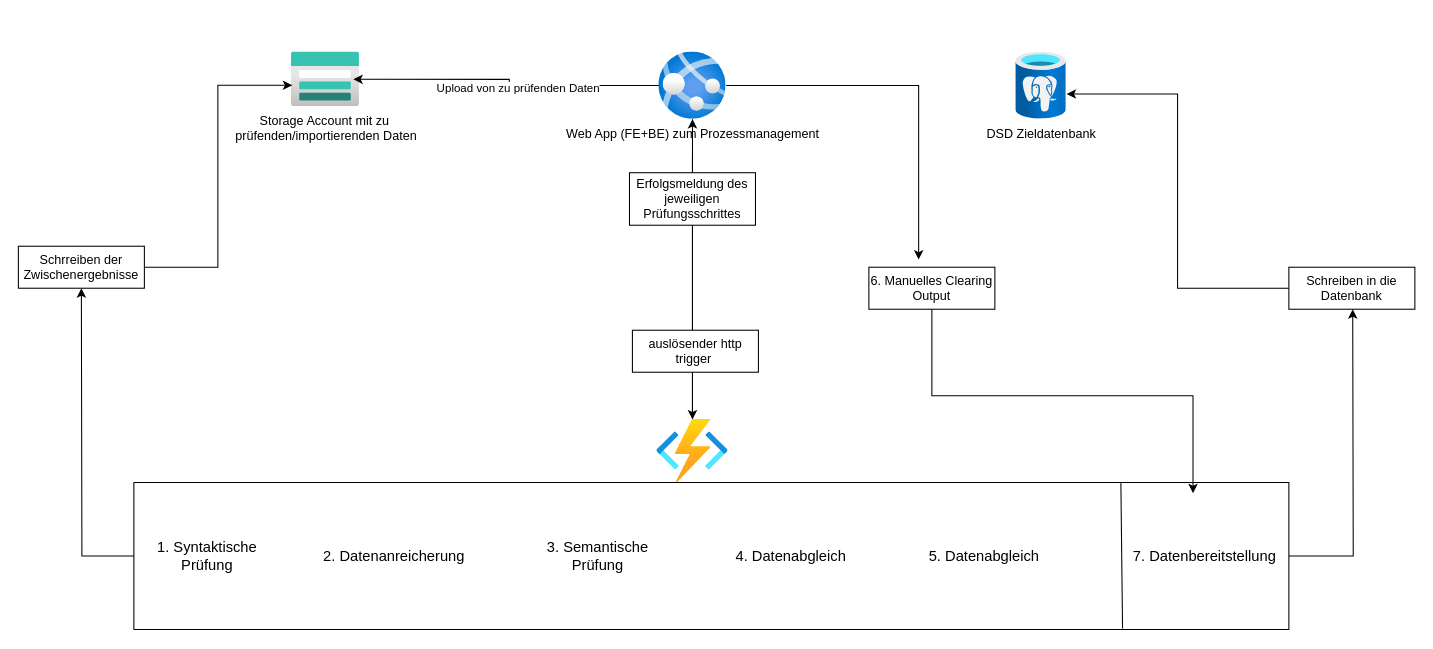
The draw.io diagram Unbenanntes Diagramm.drawio in Coluding/cv1labs, before the edit. Source tidied: cells renumbered, new cells numbered last; positions are measured from the earlier drawing's top-left corner, leaving out a move shared by most shapes. Both pictures are drawn from the tidied source at 105%, with x=0, y=0 at pixel (18, 51).
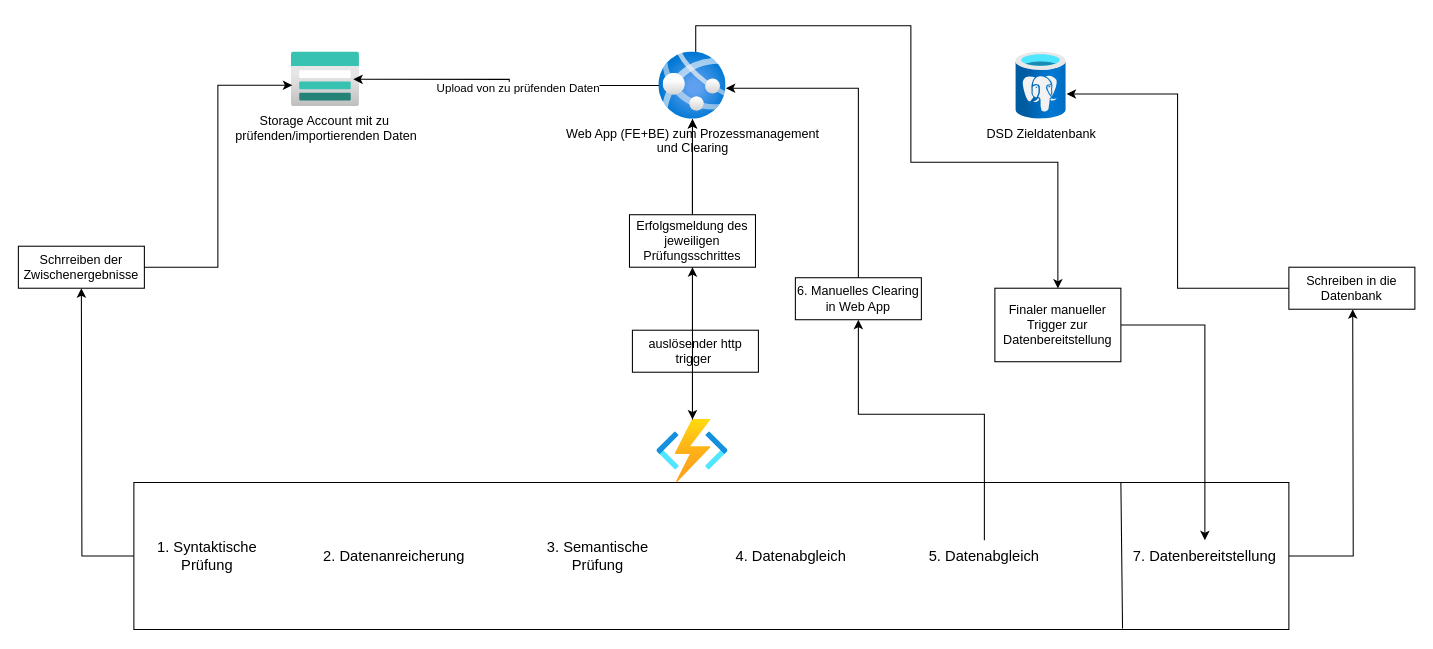
The same page after the edit.

Unchanged cells that the change refers to:
```xml
<mxCell id="10" style="verticalLabelPosition=bottom;verticalAlign=top;html=1;shape=mxgraph.basic.rect;fillColor2=none;strokeWidth=1;size=20;indent=5;" parent="1" vertex="1">
  <mxGeometry x="110" y="410" width="1100" height="140" as="geometry" />
</mxCell>
<mxCell id="14" style="image;html=1;points=[];align=center;fontSize=12;image=img/lib/azure2/compute/Function_Apps.svg;" parent="1" vertex="1">
  <mxGeometry x="608" y="350" width="68" height="60" as="geometry" />
</mxCell>
<mxCell id="19" value="&lt;span style=&quot;font-size: 14px;&quot;&gt;7&lt;/span&gt;&lt;span style=&quot;font-size: 14px; background-color: initial;&quot;&gt;. Datenbereitstellung&lt;/span&gt;" style="text;html=1;align=center;verticalAlign=middle;whiteSpace=wrap;rounded=0;" parent="1" vertex="1">
  <mxGeometry x="1060" y="465" width="140" height="30" as="geometry" />
</mxCell>
<mxCell id="22" value="&lt;span style=&quot;font-size: 14px;&quot;&gt;5. Datenabgleich&lt;/span&gt;" style="text;html=1;align=center;verticalAlign=middle;whiteSpace=wrap;rounded=0;" parent="1" vertex="1">
  <mxGeometry x="850" y="465" width="140" height="30" as="geometry" />
</mxCell>
```

What changed in the source:
```diff
@@
+    <mxCell id="30" style="edgeStyle=orthogonalEdgeStyle;rounded=0;orthogonalLoop=1;jettySize=auto;html=1;entryX=0.5;entryY=0;entryDx=0;entryDy=0;exitX=0.548;exitY=-0.004;exitDx=0;exitDy=0;exitPerimeter=0;" parent="1" edge="1">
+      <mxGeometry relative="1" as="geometry">
+        <mxPoint x="645.1" as="sourcePoint" />
+        <mxPoint x="990" y="225.3" as="targetPoint" />
+        <Array as="points">
+          <mxPoint x="645" y="-25" />
+          <mxPoint x="850" y="-25" />
+          <mxPoint x="850" y="105" />
+          <mxPoint x="990" y="105" />
+        </Array>
+      </mxGeometry>
+    </mxCell>
-    <mxCell id="3" value="Web App (FE+BE) zum Prozessmanagement&lt;div&gt;&lt;div&gt;&lt;br&gt;&lt;/div&gt;&lt;/div&gt;" style="image;html=1;points=[];align=center;fontSize=12;image=img/lib/azure2/app_services/App_Services.svg;" parent="1" vertex="1">
+    <mxCell id="3" value="Web App (FE+BE) zum Prozessmanagement&lt;div&gt;&lt;div&gt;und Clearing&lt;/div&gt;&lt;/div&gt;" style="image;html=1;points=[];align=center;fontSize=12;image=img/lib/azure2/app_services/App_Services.svg;" parent="1" vertex="1">
       <mxGeometry x="610" width="64" height="64" as="geometry" />
     </mxCell>
@@
-    <mxCell id="13" style="edgeStyle=orthogonalEdgeStyle;rounded=0;jettySize=auto;html=1;" parent="1" edge="1" source="14" target="3">
+    <mxCell id="13" style="edgeStyle=orthogonalEdgeStyle;rounded=0;jettySize=auto;html=1;" parent="1" edge="1" source="16" target="3">
       <mxGeometry relative="1" as="geometry" />
     </mxCell>
@@
-    <mxCell id="16" value="Erfolgsmeldung des jeweiligen Prüfungsschrittes" style="rounded=0;whiteSpace=wrap;html=1;" parent="1" vertex="1">
-      <mxGeometry x="582" y="115" width="120" height="50" as="geometry" />
-    </mxCell>
+    <mxCell id="31" style="edgeStyle=orthogonalEdgeStyle;rounded=0;jettySize=auto;html=1;" parent="1" edge="1" source="16" target="3">
+      <mxGeometry relative="1" as="geometry" />
+    </mxCell>
@@
+    <mxCell id="32" style="edgeStyle=orthogonalEdgeStyle;rounded=0;jettySize=auto;html=1;entryX=0.5;entryY=1;entryDx=0;entryDy=0;" parent="1" edge="1" source="22" target="27">
+      <mxGeometry relative="1" as="geometry">
+        <Array as="points">
+          <mxPoint x="920" y="345" />
+          <mxPoint x="800" y="345" />
+        </Array>
+      </mxGeometry>
+    </mxCell>
@@
-    <mxCell id="27" value="6. Manuelles Clearing Output" style="rounded=0;whiteSpace=wrap;html=1;" parent="1" vertex="1">
-      <mxGeometry x="810" y="205" width="120" height="40" as="geometry" />
+    <mxCell id="27" value="6. Manuelles Clearing in Web App" style="rounded=0;whiteSpace=wrap;html=1;" parent="1" vertex="1">
+      <mxGeometry x="740" y="215" width="120" height="40" as="geometry" />
     </mxCell>
-    <mxCell id="28" style="edgeStyle=orthogonalEdgeStyle;rounded=0;jettySize=auto;html=1;entryX=0.395;entryY=-0.183;entryDx=0;entryDy=0;entryPerimeter=0;" parent="1" edge="1" source="3" target="27">
-      <mxGeometry relative="1" as="geometry" />
-    </mxCell>
-    <mxCell id="29" style="edgeStyle=orthogonalEdgeStyle;rounded=0;jettySize=auto;html=1;entryX=0.917;entryY=0.073;entryDx=0;entryDy=0;entryPerimeter=0;" parent="1" edge="1" source="27" target="10">
-      <mxGeometry relative="1" as="geometry" />
-    </mxCell>
+    <mxCell id="33" style="edgeStyle=orthogonalEdgeStyle;rounded=0;jettySize=auto;html=1;entryX=0.997;entryY=0.54;entryDx=0;entryDy=0;entryPerimeter=0;" parent="1" edge="1" source="27" target="3">
+      <mxGeometry relative="1" as="geometry">
+        <Array as="points">
+          <mxPoint x="800" y="35" />
+        </Array>
+      </mxGeometry>
+    </mxCell>
+    <mxCell id="34" style="edgeStyle=orthogonalEdgeStyle;rounded=0;jettySize=auto;html=1;entryX=0.5;entryY=0;entryDx=0;entryDy=0;" parent="1" edge="1" source="35" target="19">
+      <mxGeometry relative="1" as="geometry" />
+    </mxCell>
+    <mxCell id="35" value="Finaler manueller Trigger zur Datenbereitstellung" style="rounded=0;whiteSpace=wrap;html=1;" parent="1" vertex="1">
+      <mxGeometry x="930" y="225" width="120" height="70" as="geometry" />
+    </mxCell>
+    <mxCell id="36" style="edgeStyle=orthogonalEdgeStyle;rounded=0;jettySize=auto;html=1;" parent="1" edge="1" source="14" target="16">
+      <mxGeometry relative="1" as="geometry" />
+    </mxCell>
+    <mxCell id="16" value="Erfolgsmeldung des jeweiligen Prüfungsschrittes" style="rounded=0;whiteSpace=wrap;html=1;" parent="1" vertex="1">
+      <mxGeometry x="582" y="155" width="120" height="50" as="geometry" />
+    </mxCell>
```
